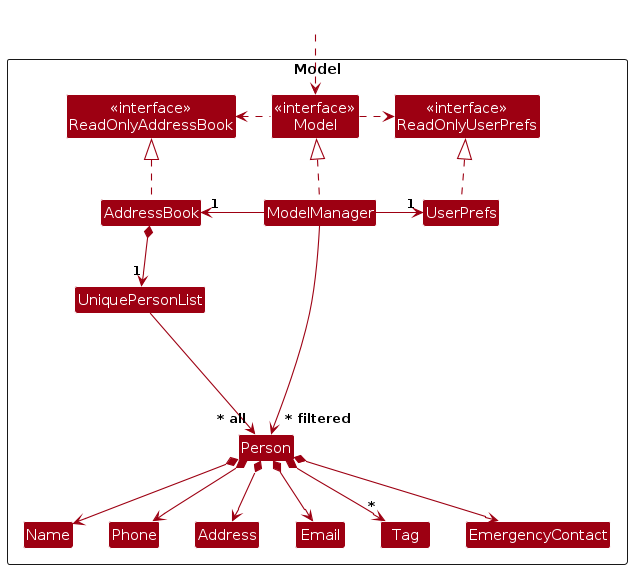
This is diagrams/ModelClassDiagram.png from AY2425S1-CS2103-F10-2/tp, a PlantUML export, as it was before one commit. Its source is kept beside it as diagrams/ModelClassDiagram.puml. The source it was exported from:
```plantuml
@startuml
!include style.puml
skinparam arrowThickness 1.1
skinparam arrowColor MODEL_COLOR
skinparam classBackgroundColor MODEL_COLOR

Package Model as ModelPackage <<Rectangle>>{
Class "<<interface>>\nReadOnlyAddressBook" as ReadOnlyAddressBook
Class "<<interface>>\nReadOnlyUserPrefs" as ReadOnlyUserPrefs
Class "<<interface>>\nModel" as Model
Class AddressBook
Class ModelManager
Class UserPrefs

Class UniquePersonList
Class Person
Class Address
Class Email
Class Name
Class Phone
Class Tag
Class EmergencyContact

Class I #FFFFFF
}

Class HiddenOutside #FFFFFF
HiddenOutside ..> Model

AddressBook .up.|> ReadOnlyAddressBook

ModelManager .up.|> Model
Model .right.> ReadOnlyUserPrefs
Model .left.> ReadOnlyAddressBook
ModelManager -left-> "1" AddressBook
ModelManager -right-> "1" UserPrefs
UserPrefs .up.|> ReadOnlyUserPrefs

AddressBook *--> "1" UniquePersonList
UniquePersonList --> "~* all" Person
Person *--> Name
Person *--> Phone
Person *--> Email
Person *--> Address
Person *--> "*" Tag
Person *--> EmergencyContact

Person -[hidden]up--> I
UniquePersonList -[hidden]right-> I

Name -[hidden]right-> Phone
Phone -[hidden]right-> Address
Address -[hidden]right-> Email

ModelManager --> "~* filtered" Person
@enduml
```
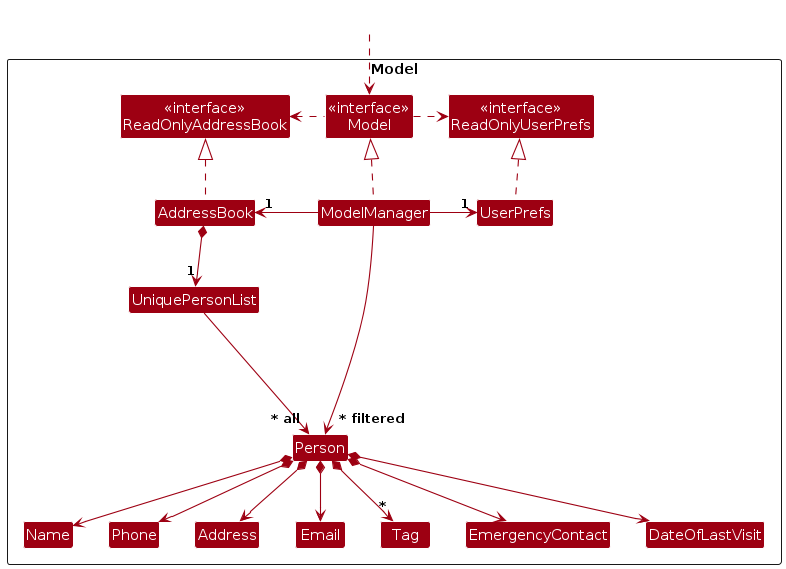
Above is the later version.

The edit, as a diff of the source:
```diff
@@ -20,6 +20,7 @@
 Class Phone
 Class Tag
 Class EmergencyContact
+Class DateOfLastVisit
 
 Class I #FFFFFF
 }
@@ -44,6 +45,7 @@
 Person *--> Address
 Person *--> "*" Tag
 Person *--> EmergencyContact
+Person *--> DateOfLastVisit
 
 Person -[hidden]up--> I
 UniquePersonList -[hidden]right-> I
```
